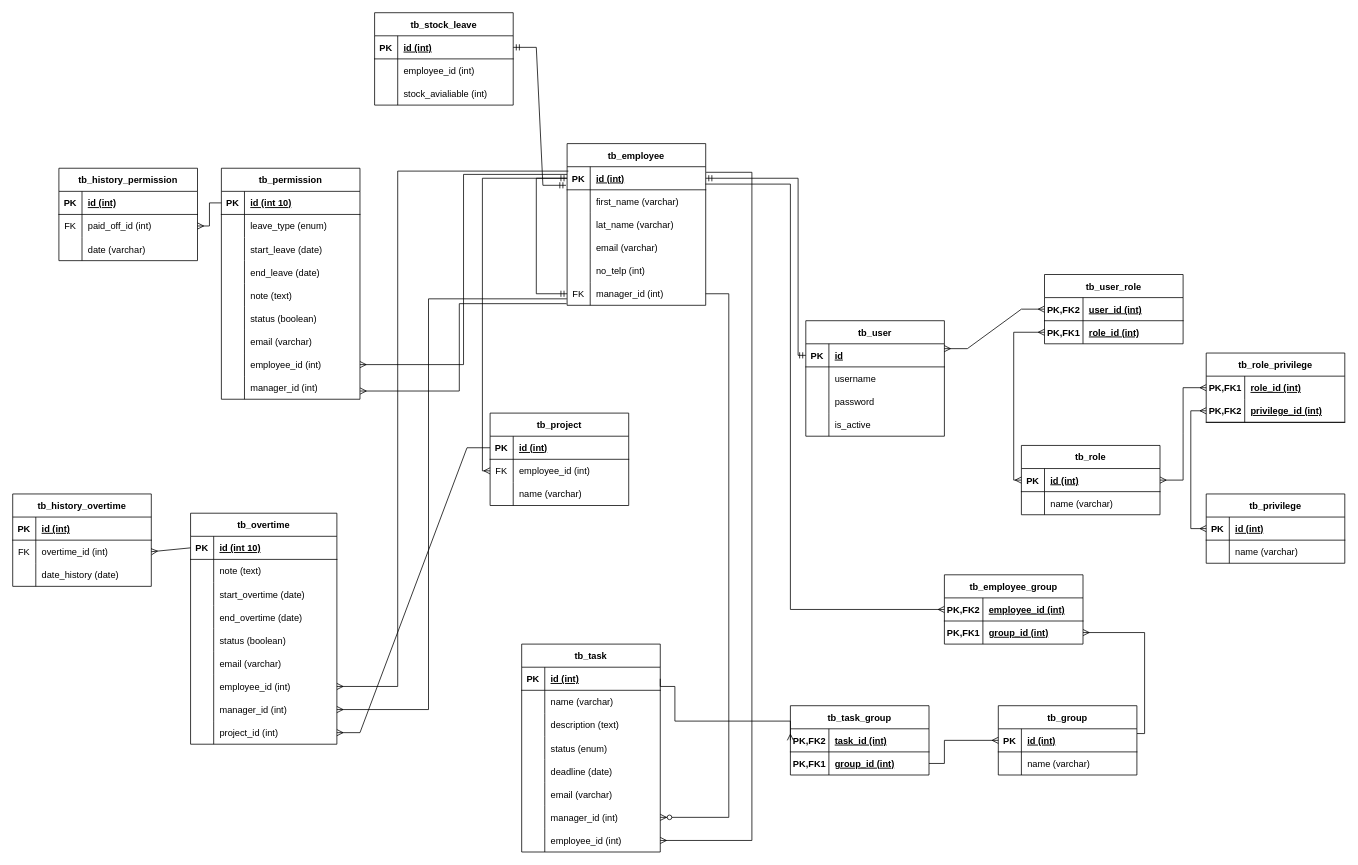
Earlier version of the draw.io diagram Final.drawio (zarmintaa/Skripsi). Source tidied: cells renumbered, new cells numbered last; positions are measured from the earlier drawing's top-left corner, leaving out a move shared by most shapes. Both pictures are drawn from the tidied source at 77%, with x=0, y=0 at pixel (12, 12).
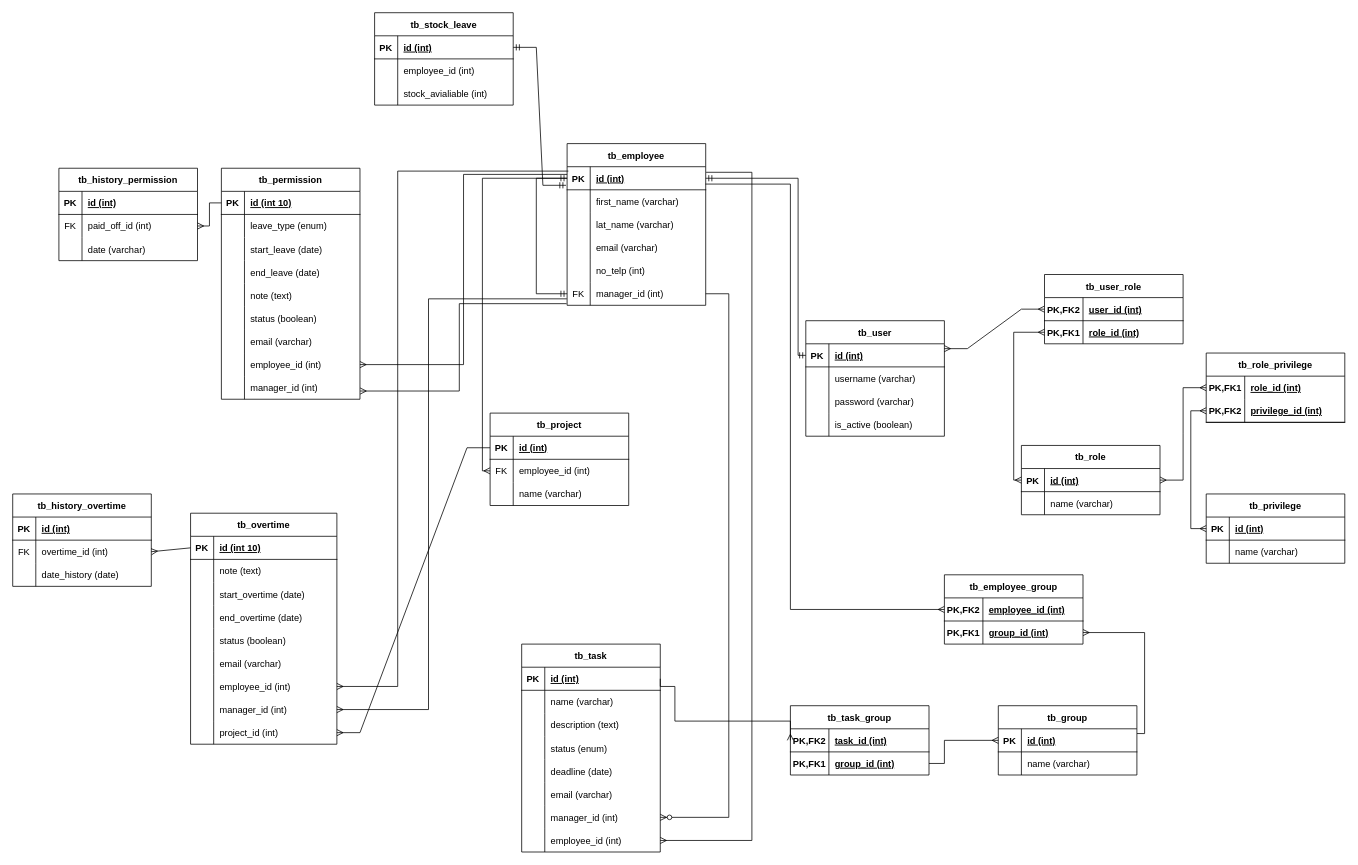
The same page after the edit.

Unchanged cells that the change refers to:
```xml
<mxCell id="3" style="shape=tableRow;horizontal=0;startSize=0;swimlaneHead=0;swimlaneBody=0;fillColor=none;points=[[0,0.5],[1,0.5]];portConstraint=eastwest;top=0;left=0;right=0;bottom=1;" parent="2" vertex="1">
  <mxGeometry y="30" width="180" height="30" as="geometry" />
</mxCell>
<mxCell id="6" style="shape=tableRow;horizontal=0;startSize=0;swimlaneHead=0;swimlaneBody=0;fillColor=none;top=0;left=0;right=0;bottom=0;" parent="2" vertex="1">
  <mxGeometry y="60" width="180" height="30" as="geometry" />
</mxCell>
<mxCell id="9" style="shape=tableRow;horizontal=0;startSize=0;swimlaneHead=0;swimlaneBody=0;fillColor=none;top=0;left=0;right=0;bottom=0;" parent="2" vertex="1">
  <mxGeometry y="90" width="180" height="30" as="geometry" />
</mxCell>
<mxCell id="12" style="shape=tableRow;horizontal=0;startSize=0;swimlaneHead=0;swimlaneBody=0;fillColor=none;top=0;left=0;right=0;bottom=0;" parent="2" vertex="1">
  <mxGeometry y="120" width="180" height="30" as="geometry" />
</mxCell>
```

Diff of the diagram source:
```diff
@@
-    <mxCell id="5" value="id" style="shape=partialRectangle;fillColor=none;top=0;left=0;bottom=0;right=0;align=left;spacingLeft=6;fontStyle=5;overflow=hidden;" parent="3" vertex="1">
+    <mxCell id="5" value="id (int)" style="shape=partialRectangle;fillColor=none;top=0;left=0;bottom=0;right=0;align=left;spacingLeft=6;fontStyle=5;overflow=hidden;" parent="3" vertex="1">
       <mxGeometry x="30" width="150" height="30" as="geometry" />
     </mxCell>
@@
-    <mxCell id="8" value="username" style="shape=partialRectangle;fillColor=none;top=0;left=0;bottom=0;right=0;align=left;spacingLeft=6;overflow=hidden;" parent="6" vertex="1">
+    <mxCell id="8" value="username (varchar)" style="shape=partialRectangle;fillColor=none;top=0;left=0;bottom=0;right=0;align=left;spacingLeft=6;overflow=hidden;" parent="6" vertex="1">
       <mxGeometry x="30" width="150" height="30" as="geometry" />
     </mxCell>
@@
-    <mxCell id="11" value="password" style="shape=partialRectangle;fillColor=none;top=0;left=0;bottom=0;right=0;align=left;spacingLeft=6;overflow=hidden;" parent="9" vertex="1">
+    <mxCell id="11" value="password (varchar)" style="shape=partialRectangle;fillColor=none;top=0;left=0;bottom=0;right=0;align=left;spacingLeft=6;overflow=hidden;" parent="9" vertex="1">
       <mxGeometry x="30" width="150" height="30" as="geometry" />
     </mxCell>
@@
-    <mxCell id="14" value="is_active" style="shape=partialRectangle;fillColor=none;top=0;left=0;bottom=0;right=0;align=left;spacingLeft=6;overflow=hidden;" parent="12" vertex="1">
+    <mxCell id="14" value="is_active (boolean)" style="shape=partialRectangle;fillColor=none;top=0;left=0;bottom=0;right=0;align=left;spacingLeft=6;overflow=hidden;" parent="12" vertex="1">
       <mxGeometry x="30" width="150" height="30" as="geometry" />
     </mxCell>
```
